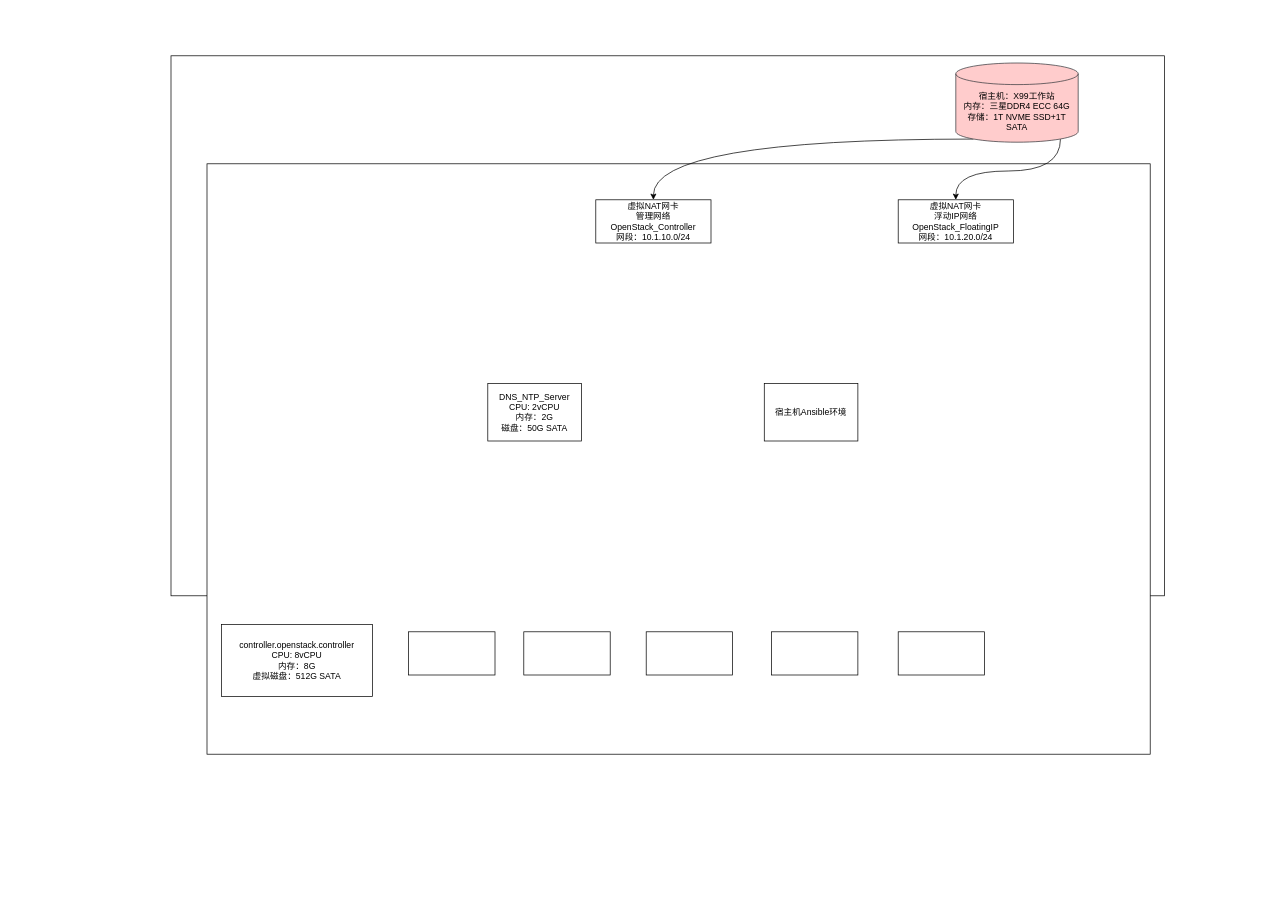
This is 测试环境部署模型.drawio from lrAltas/DrwaIO, a draw.io file, before an edit. Source tidied: cells renumbered, new cells numbered last; positions are measured from the earlier drawing's top-left corner, leaving out a move shared by most shapes. Both pictures are drawn from the tidied source at 72%, with x=0, y=0 at pixel (171, 55).
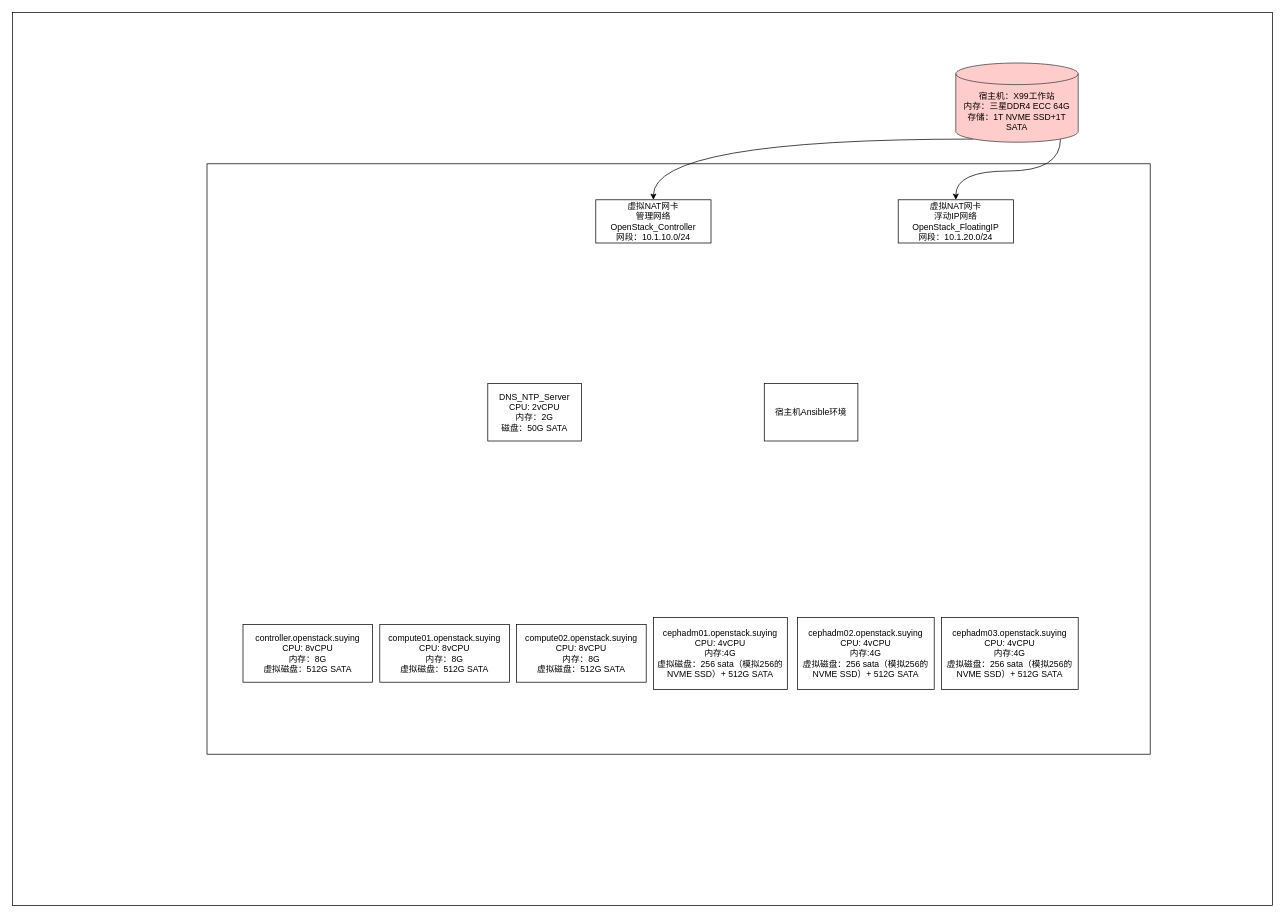
The same page after the edit.

Commit message (it also covers changes not shown here):
更新测试环境部署模型.drawio

The edit, as a diff of the source:
```diff
@@
 <mxGraphModel>
   <root>
     <mxCell id="0" />
     <mxCell id="1" parent="0" />
     <mxCell id="2" style="rounded=0;whiteSpace=wrap;html=1;" parent="1" vertex="1">
-      <mxGeometry width="1380" height="750" as="geometry" />
+      <mxGeometry x="-220" y="-60" width="1750" height="1240" as="geometry" />
     </mxCell>
     <mxCell id="3" style="rounded=0;whiteSpace=wrap;html=1;" parent="1" vertex="1">
       <mxGeometry x="50" y="150" width="1310" height="820" as="geometry" />
     </mxCell>
     <mxCell id="4" style="edgeStyle=orthogonalEdgeStyle;rounded=0;jettySize=auto;html=1;exitX=0.145;exitY=1;exitDx=0;exitDy=-4.35;exitPerimeter=0;curved=1;" parent="1" edge="1" source="6" target="7">
       <mxGeometry relative="1" as="geometry" />
     </mxCell>
     <mxCell id="5" style="edgeStyle=orthogonalEdgeStyle;rounded=0;jettySize=auto;html=1;exitX=0.855;exitY=1;exitDx=0;exitDy=-4.35;exitPerimeter=0;entryX=0.5;entryY=0;entryDx=0;entryDy=0;curved=1;" parent="1" edge="1" source="6" target="8">
       <mxGeometry relative="1" as="geometry" />
     </mxCell>
     <mxCell id="6" value="&lt;div&gt;宿主机：X99工作站&lt;/div&gt;&lt;div&gt;内存：三星DDR4 ECC 64G&lt;/div&gt;&lt;div&gt;存储：1T NVME SSD+1T SATA&lt;/div&gt;" style="shape=cylinder3;whiteSpace=wrap;html=1;boundedLbl=1;backgroundOutline=1;size=15;fillColor=#ffcccc;strokeColor=#36393d;" parent="1" vertex="1">
       <mxGeometry x="1090" y="10" width="170" height="110" as="geometry" />
     </mxCell>
     <mxCell id="7" value="&lt;div&gt;虚拟NAT网卡&lt;/div&gt;&lt;div&gt;管理网络OpenStack_Controller&lt;/div&gt;&lt;div&gt;网段：10.1.10.0/24&lt;/div&gt;" style="rounded=0;whiteSpace=wrap;html=1;" parent="1" vertex="1">
       <mxGeometry x="590" y="200" width="160" height="60" as="geometry" />
     </mxCell>
     <mxCell id="8" value="&lt;div&gt;虚拟NAT网卡&lt;/div&gt;&lt;div&gt;浮动IP网络&lt;/div&gt;&lt;div&gt;OpenStack_FloatingIP&lt;/div&gt;&lt;div&gt;网段：10.1.20.0/24&lt;/div&gt;" style="rounded=0;whiteSpace=wrap;html=1;" parent="1" vertex="1">
       <mxGeometry x="1010" y="200" width="160" height="60" as="geometry" />
     </mxCell>
     <mxCell id="9" value="&lt;div&gt;DNS_NTP_Server&lt;/div&gt;&lt;div&gt;CPU: 2vCPU&lt;/div&gt;&lt;div&gt;内存：2G&lt;/div&gt;&lt;div&gt;磁盘：50G SATA&lt;/div&gt;" style="whiteSpace=wrap;html=1;rounded=0;" parent="1" vertex="1">
       <mxGeometry x="440" y="455" width="130" height="80" as="geometry" />
     </mxCell>
-    <mxCell id="10" value="&lt;div&gt;controller.openstack.controller&lt;/div&gt;&lt;div&gt;CPU: 8vCPU&lt;/div&gt;&lt;div&gt;内存：8G&lt;/div&gt;&lt;div&gt;虚拟磁盘：512G SATA&lt;/div&gt;" style="rounded=0;whiteSpace=wrap;html=1;" parent="1" vertex="1">
-      <mxGeometry x="70" y="790" width="210" height="100" as="geometry" />
+    <mxCell id="10" value="&lt;div&gt;controller.openstack.suying&lt;/div&gt;&lt;div&gt;CPU: 8vCPU&lt;/div&gt;&lt;div&gt;内存：8G&lt;/div&gt;&lt;div&gt;虚拟磁盘：512G SATA&lt;/div&gt;" style="rounded=0;whiteSpace=wrap;html=1;" parent="1" vertex="1">
+      <mxGeometry x="100" y="790" width="180" height="80" as="geometry" />
     </mxCell>
-    <mxCell id="11" style="rounded=0;whiteSpace=wrap;html=1;" parent="1" vertex="1">
-      <mxGeometry x="330" y="800" width="120" height="60" as="geometry" />
+    <mxCell id="11" value="&lt;div&gt;compute01.openstack.suying&lt;/div&gt;&lt;div&gt;CPU: 8vCPU&lt;/div&gt;&lt;div&gt;内存：8G&lt;/div&gt;&lt;div&gt;虚拟磁盘：512G SATA&lt;/div&gt;" style="rounded=0;whiteSpace=wrap;html=1;" parent="1" vertex="1">
+      <mxGeometry x="290" y="790" width="180" height="80" as="geometry" />
     </mxCell>
-    <mxCell id="12" style="rounded=0;whiteSpace=wrap;html=1;" parent="1" vertex="1">
-      <mxGeometry x="490" y="800" width="120" height="60" as="geometry" />
+    <mxCell id="12" value="&lt;div&gt;compute02.openstack.suying&lt;/div&gt;&lt;div&gt;CPU: 8vCPU&lt;/div&gt;&lt;div&gt;内存：8G&lt;/div&gt;&lt;div&gt;虚拟磁盘：512G SATA&lt;/div&gt;" style="rounded=0;whiteSpace=wrap;html=1;" parent="1" vertex="1">
+      <mxGeometry x="480" y="790" width="180" height="80" as="geometry" />
     </mxCell>
-    <mxCell id="13" style="rounded=0;whiteSpace=wrap;html=1;" parent="1" vertex="1">
-      <mxGeometry x="660" y="800" width="120" height="60" as="geometry" />
+    <mxCell id="13" value="&lt;div&gt;cephadm01.openstack.suying&lt;/div&gt;&lt;div&gt;CPU: 4vCPU&lt;/div&gt;&lt;div&gt;内存:4G&lt;/div&gt;&lt;div&gt;虚拟磁盘：256 sata（模拟256的 NVME SSD）+ 512G SATA&lt;/div&gt;" style="rounded=0;whiteSpace=wrap;html=1;" parent="1" vertex="1">
+      <mxGeometry x="670" y="780" width="186" height="100" as="geometry" />
     </mxCell>
-    <mxCell id="14" style="rounded=0;whiteSpace=wrap;html=1;" parent="1" vertex="1">
-      <mxGeometry x="834" y="800" width="120" height="60" as="geometry" />
+    <mxCell id="14" value="&lt;div&gt;cephadm02.openstack.suying&lt;/div&gt;&lt;div&gt;CPU: 4vCPU&lt;/div&gt;&lt;div&gt;内存:4G&lt;/div&gt;&lt;div&gt;虚拟磁盘：256 sata（模拟256的 NVME SSD）+ 512G SATA&lt;/div&gt;" style="rounded=0;whiteSpace=wrap;html=1;" parent="1" vertex="1">
+      <mxGeometry x="870" y="780" width="190" height="100" as="geometry" />
     </mxCell>
-    <mxCell id="15" style="rounded=0;whiteSpace=wrap;html=1;" parent="1" vertex="1">
-      <mxGeometry x="1010" y="800" width="120" height="60" as="geometry" />
-    </mxCell>
     <mxCell id="16" value="宿主机Ansible环境" style="whiteSpace=wrap;html=1;rounded=0;" parent="1" vertex="1">
       <mxGeometry x="824" y="455" width="130" height="80" as="geometry" />
     </mxCell>
+    <mxCell id="17" value="&lt;div&gt;cephadm03.openstack.suying&lt;/div&gt;&lt;div&gt;CPU: 4vCPU&lt;/div&gt;&lt;div&gt;内存:4G&lt;/div&gt;&lt;div&gt;虚拟磁盘：256 sata（模拟256的 NVME SSD）+ 512G SATA&lt;/div&gt;" style="rounded=0;whiteSpace=wrap;html=1;" parent="1" vertex="1">
+      <mxGeometry x="1070" y="780" width="190" height="100" as="geometry" />
+    </mxCell>
   </root>
 </mxGraphModel>
```
